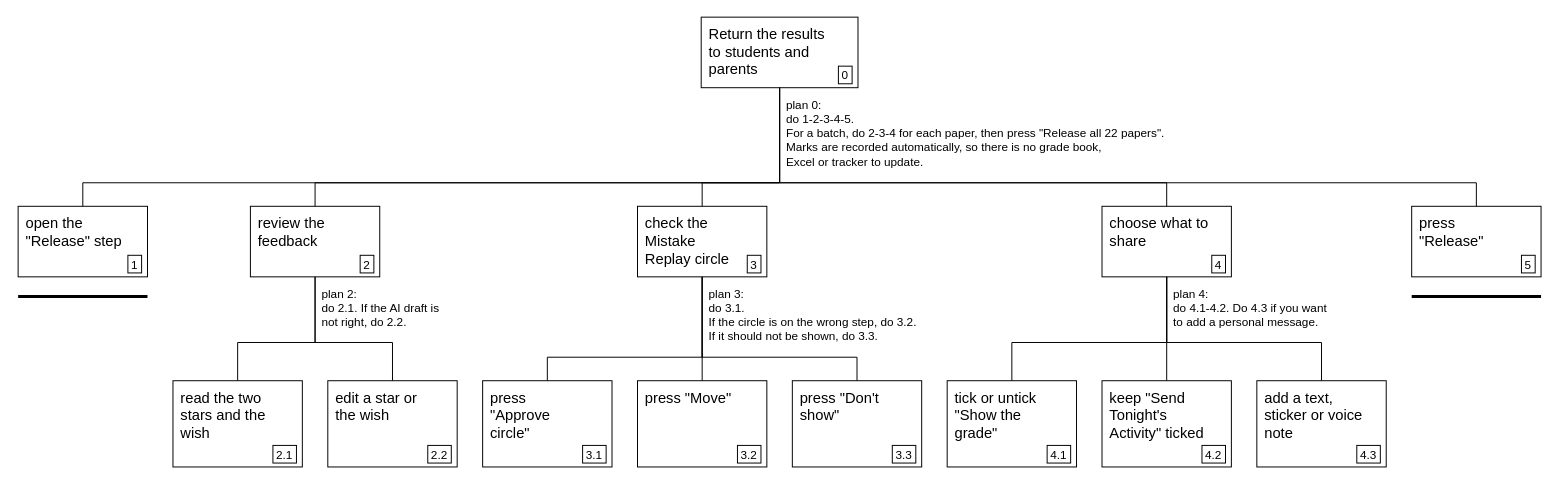
Above: page "T4 Return the results" (4 of 4) of Sprout_HTDs/Teacher_HTDs.drawio in AmrKoura/HCI_DAMNS (draw.io), before the change. Source tidied: cells renumbered, new cells numbered last; positions are measured from the earlier drawing's top-left corner, leaving out a move shared by most shapes. Both pictures are drawn from the tidied source at 98%, with x=0, y=0 at pixel (18, 17).
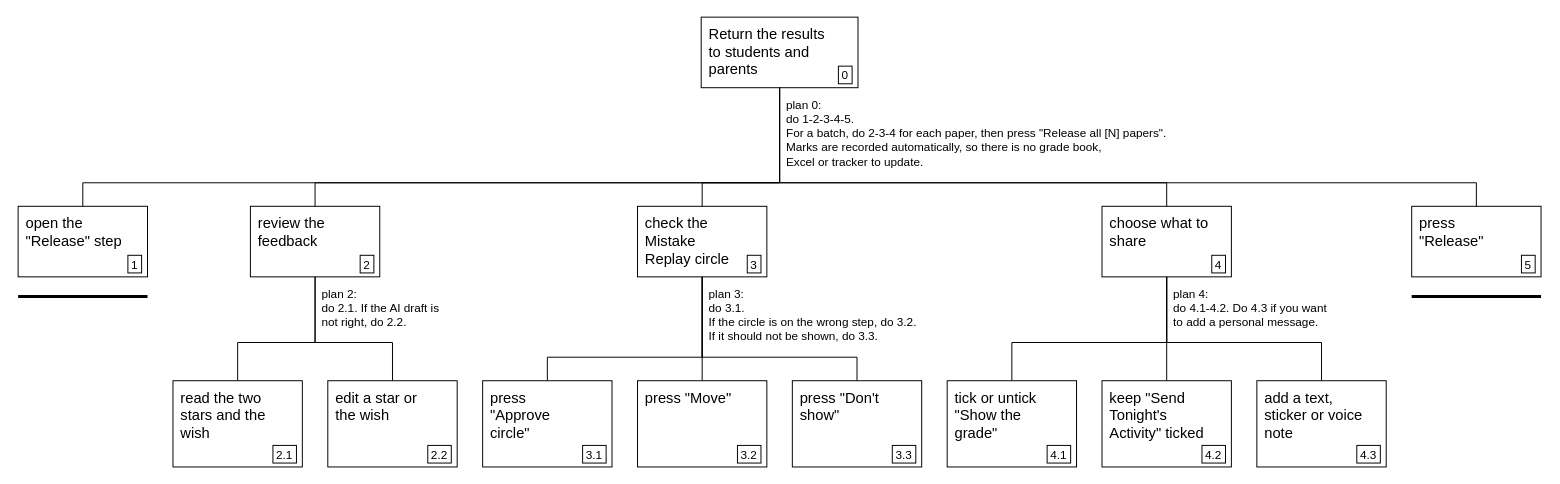
Above is the later version.

Change to the diagram source:
```diff
@@
-    <mxCell id="43" value="plan 0:&lt;br&gt;do 1-2-3-4-5.&lt;br&gt;For a batch, do 2-3-4 for each paper, then press &quot;Release all 22 papers&quot;.&lt;br&gt;Marks are recorded automatically, so there is no grade book,&lt;br&gt;Excel or tracker to update." style="text;html=1;fontFamily=Helvetica;fontSize=12;align=left;verticalAlign=top;spacing=0;fontColor=#000000;" parent="1" vertex="1">
+    <mxCell id="43" value="plan 0:&lt;br&gt;do 1-2-3-4-5.&lt;br&gt;For a batch, do 2-3-4 for each paper, then press &quot;Release all [N] papers&quot;.&lt;br&gt;Marks are recorded automatically, so there is no grade book,&lt;br&gt;Excel or tracker to update." style="text;html=1;fontFamily=Helvetica;fontSize=12;align=left;verticalAlign=top;spacing=0;fontColor=#000000;" parent="1" vertex="1">
       <mxGeometry x="784" y="78" width="407" height="79" as="geometry" />
     </mxCell>
```
